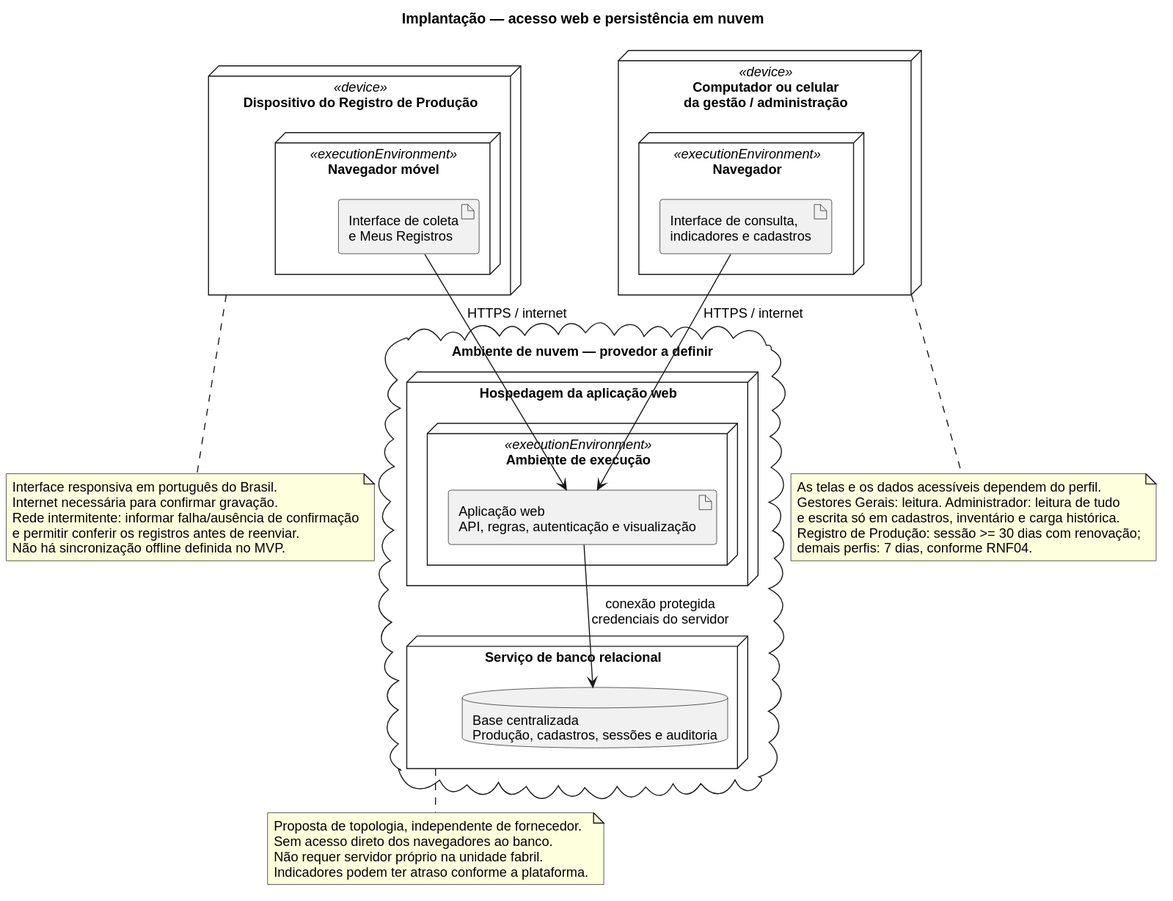
Before: docs/uml/svg/10_implantacao.svg, a diagram exported from PlantUML (emilynerys/Projeto-Cer-mica-SOCRE).
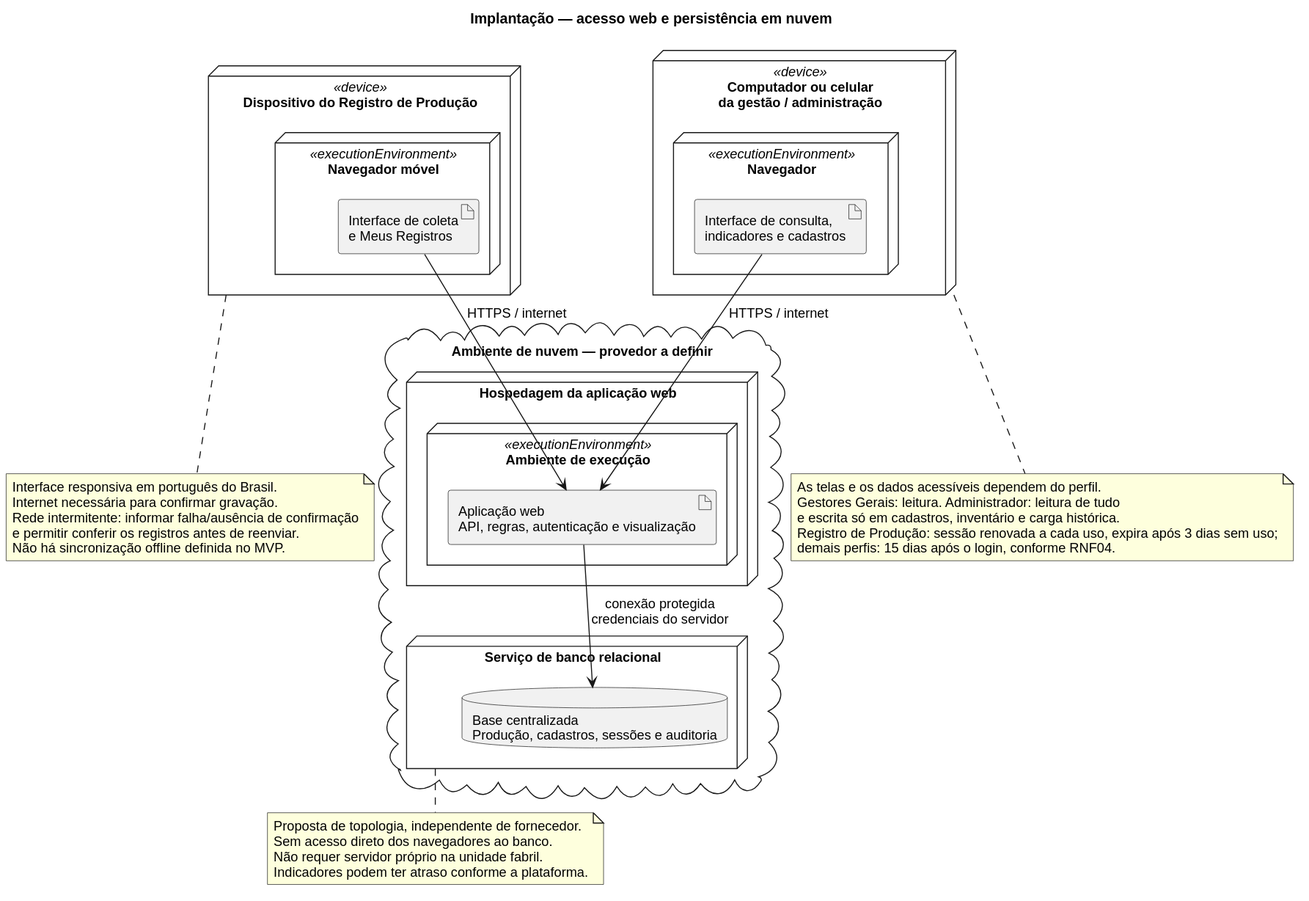
The same file after the commit.

Commit message:
Muda a sessão para 3 dias sem uso e 15 dias nos demais perfis

Change to the diagram source:
```diff
@@ -43,8 +43,8 @@
   As telas e os dados acessíveis dependem do perfil.
   Gestores Gerais: leitura. Administrador: leitura de tudo
   e escrita só em cadastros, inventário e carga histórica.
-  Registro de Produção: sessão >= 30 dias com renovação;
-  demais perfis: 7 dias, conforme RNF04.
+  Registro de Produção: sessão renovada a cada uso, expira após 3 dias sem uso;
+  demais perfis: 15 dias após o login, conforme RNF04.
 end note
 note bottom of HostBD
   Proposta de topologia, independente de fornecedor.
```
